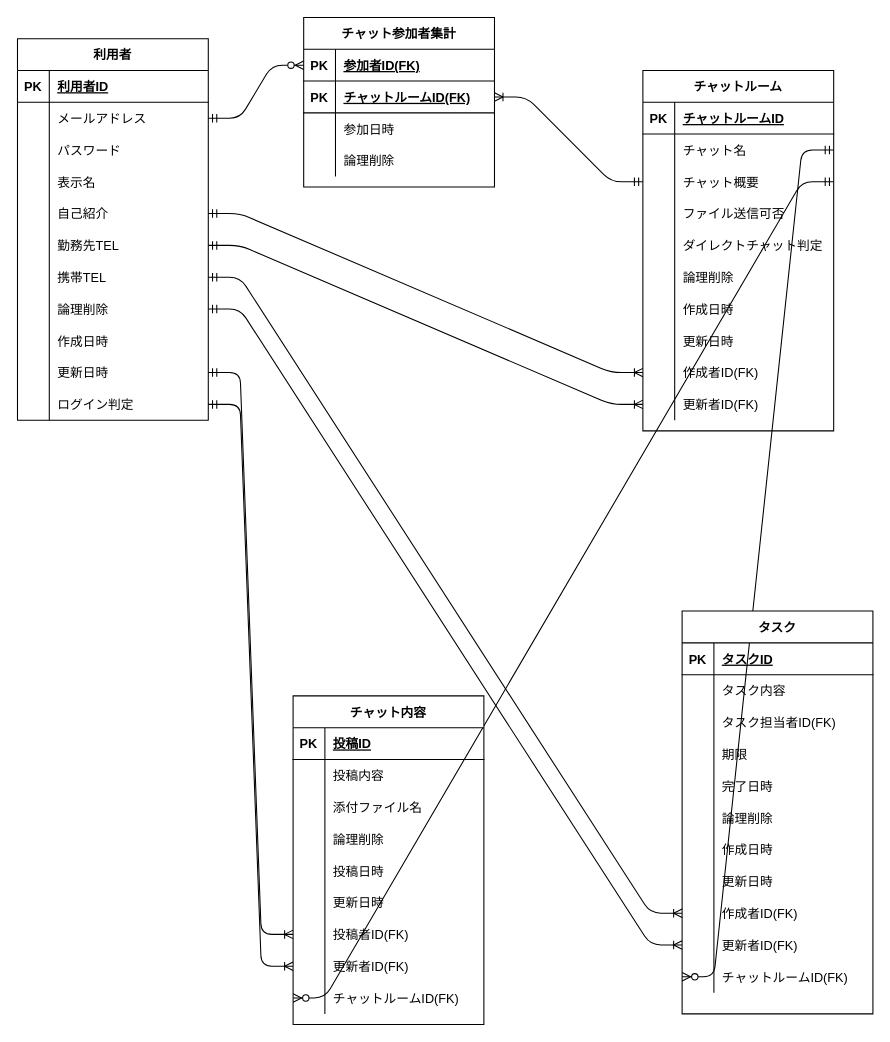
The draw.io diagram db/db-challenge1/erdiagram.drawio in labotinc/quelcode-db, before the edit. Source tidied: cells renumbered, new cells numbered last; positions are measured from the earlier drawing's top-left corner, leaving out a move shared by most shapes. Both pictures are drawn from the tidied source at 106%, with x=0, y=0 at pixel (17, 17).
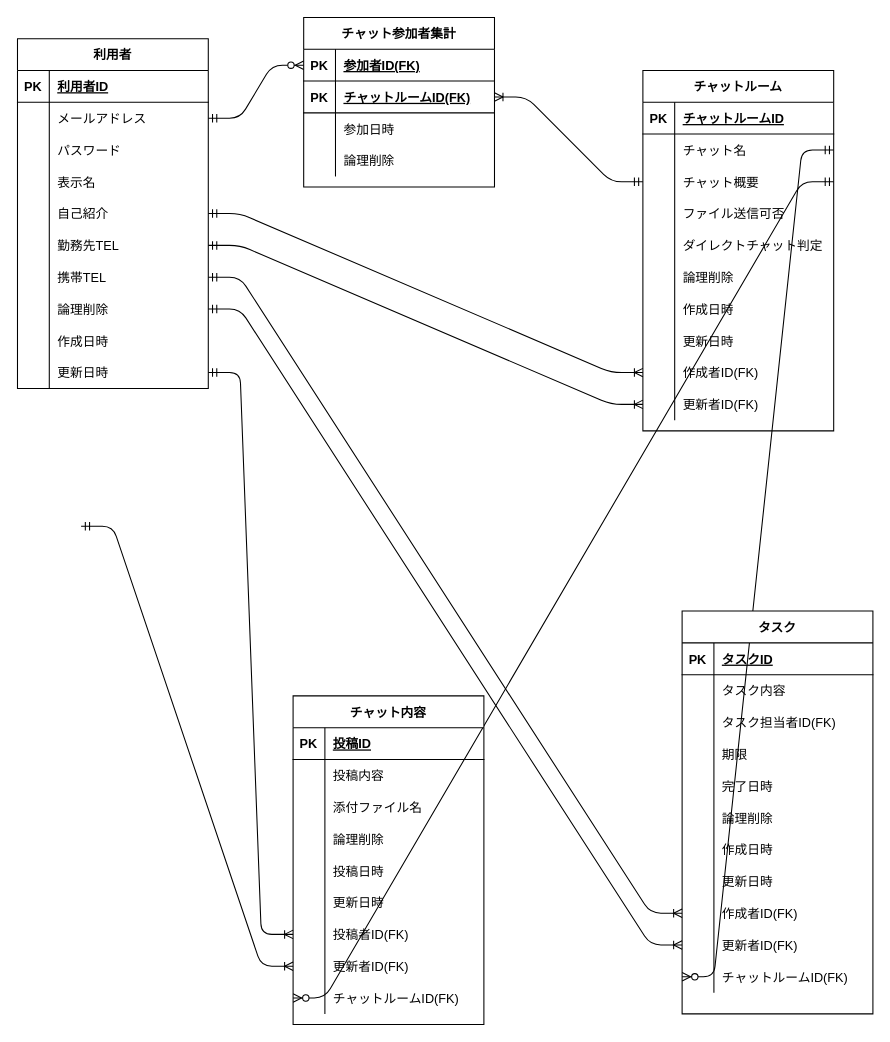
After the change.

Commit message:
fix: 利用者テーブルからログイン判定を削除

Webサービスでのログイン判定はセッションの値を使うので不要のため削除

The change refers to these unchanged cells:
```xml
<mxCell id="146" style="shape=partialRectangle;fillColor=none;top=0;left=0;bottom=0;right=0;points=[[0,0.5],[1,0.5]];portConstraint=eastwest;" parent="124" vertex="1">
  <mxGeometry y="240" width="180" height="30" as="geometry" />
</mxCell>
```

What changed in the source:
```diff
@@
     <mxCell id="2" value="利用者" style="shape=table;startSize=30;childLayout=tableLayout;rowLines=0;fontStyle=1;align=center;" parent="1" vertex="1">
-      <mxGeometry y="20" width="180" height="360" as="geometry" />
+      <mxGeometry y="20" width="180" height="330" as="geometry" />
     </mxCell>
@@
-    <mxCell id="33" style="shape=partialRectangle;fillColor=none;top=0;left=0;bottom=0;right=0;points=[[0,0.5],[1,0.5]];portConstraint=eastwest;" parent="2" vertex="1">
-      <mxGeometry y="330" width="180" height="30" as="geometry" />
-    </mxCell>
-    <mxCell id="34" style="shape=partialRectangle;fillColor=none;top=0;left=0;bottom=0;right=0;overflow=hidden;" parent="33" vertex="1">
-      <mxGeometry width="30" height="30" as="geometry" />
-    </mxCell>
-    <mxCell id="35" value="ログイン判定" style="shape=partialRectangle;fillColor=none;top=0;left=0;bottom=0;right=0;align=left;spacingLeft=6;overflow=hidden;" parent="33" vertex="1">
-      <mxGeometry x="30" width="150" height="30" as="geometry" />
-    </mxCell>
@@
-    <mxCell id="39" style="edgeStyle=entityRelationEdgeStyle;fontSize=12;html=1;endArrow=ERoneToMany;startArrow=ERmandOne;entryX=0;entryY=0.5;entryDx=0;entryDy=0;" parent="1" edge="1" source="33" target="146">
-      <mxGeometry relative="1" as="geometry" />
+    <mxCell id="39" style="edgeStyle=entityRelationEdgeStyle;fontSize=12;html=1;endArrow=ERoneToMany;startArrow=ERmandOne;entryX=0;entryY=0.5;entryDx=0;entryDy=0;" parent="1" edge="1" target="146">
+      <mxGeometry relative="1" as="geometry">
+        <mxPoint x="60" y="480" as="sourcePoint" />
+      </mxGeometry>
     </mxCell>
```
